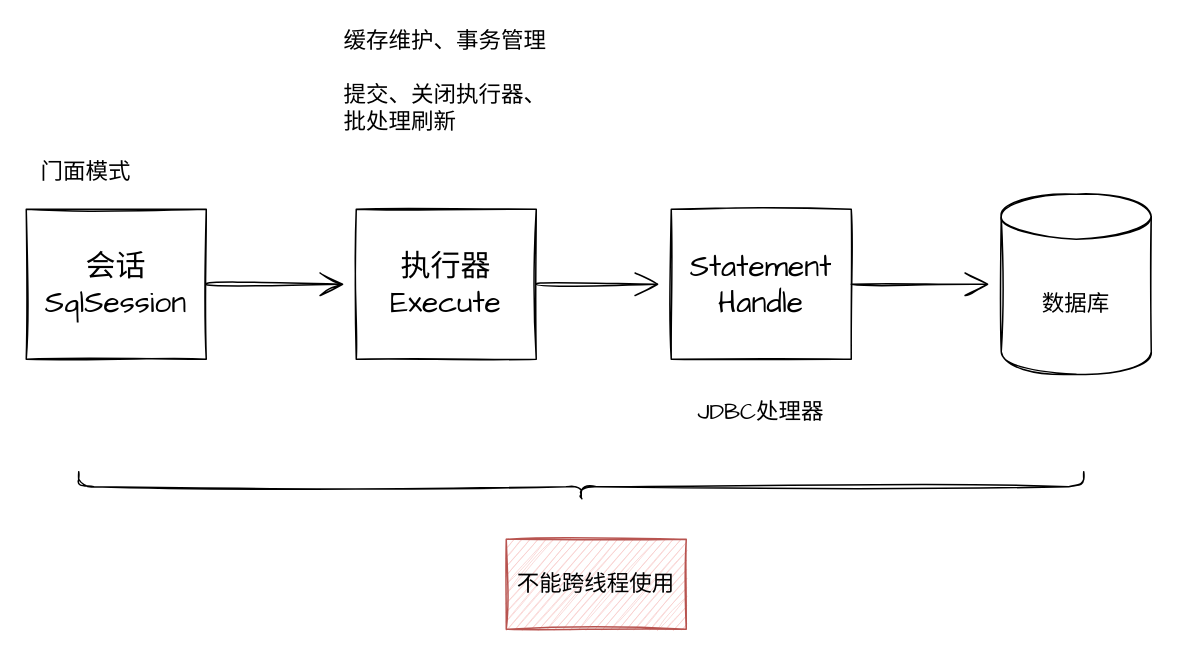
Before: page "第 6 页" (6 of 15) of mybatis.drawio in QirongZhang/draw.io.repo, a draw.io diagram. Source tidied: cells renumbered, new cells numbered last; positions are measured from the earlier drawing's top-left corner, leaving out a move shared by most shapes. Both pictures are drawn from the tidied source at 150%, with x=0, y=0 at pixel (26, -16).
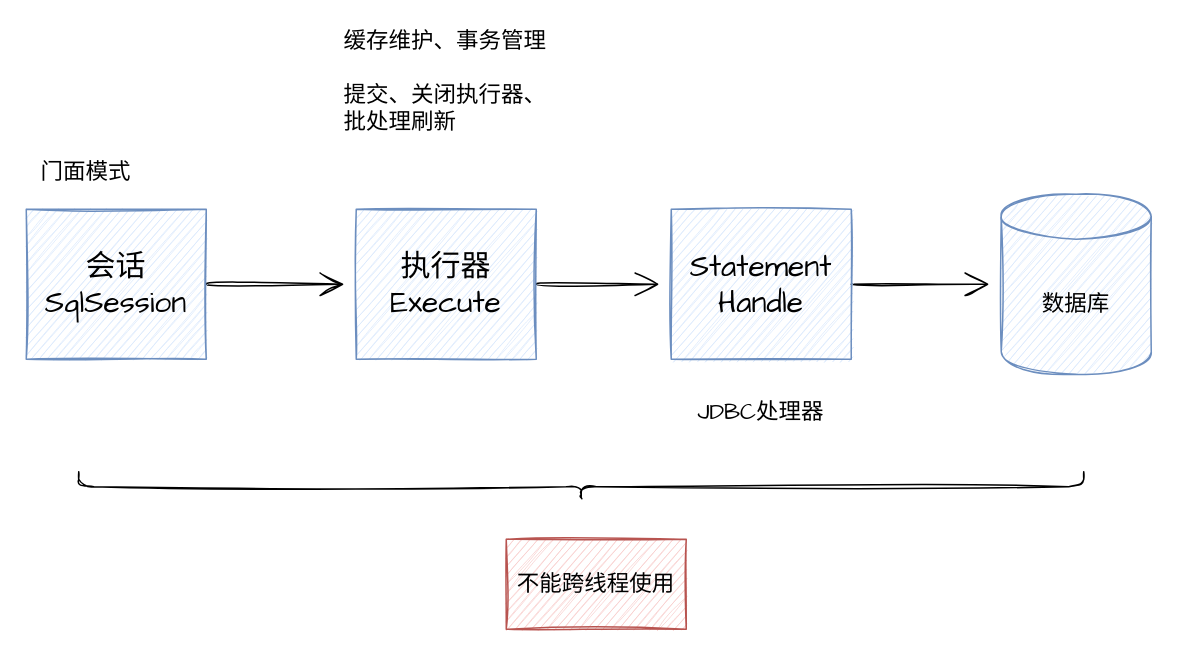
The same diagram, later.

Change to the diagram source:
```diff
@@
 <mxGraphModel>
   <root>
     <mxCell id="0" />
     <mxCell id="1" parent="0" />
     <mxCell id="2" style="edgeStyle=orthogonalEdgeStyle;curved=1;rounded=0;sketch=1;hachureGap=4;jettySize=auto;html=1;exitX=1;exitY=0.5;exitDx=0;exitDy=0;fontFamily=Architects Daughter;fontSize=16;endArrow=open;startSize=14;endSize=14;sourcePerimeterSpacing=8;targetPerimeterSpacing=8;" parent="1" edge="1" source="3" target="5">
       <mxGeometry relative="1" as="geometry" />
     </mxCell>
-    <mxCell id="3" value="会话&lt;br&gt;SqlSession" style="rounded=0;whiteSpace=wrap;html=1;sketch=1;hachureGap=4;fontFamily=Architects Daughter;fontSize=20;" parent="1" vertex="1">
+    <mxCell id="3" value="会话&lt;br&gt;SqlSession" style="rounded=0;whiteSpace=wrap;html=1;sketch=1;hachureGap=4;fontFamily=Architects Daughter;fontSize=20;fillColor=#dae8fc;strokeColor=#6c8ebf;" parent="1" vertex="1">
       <mxGeometry y="150" width="120" height="100" as="geometry" />
     </mxCell>
     <mxCell id="4" style="edgeStyle=orthogonalEdgeStyle;curved=1;rounded=0;sketch=1;hachureGap=4;jettySize=auto;html=1;exitX=1;exitY=0.5;exitDx=0;exitDy=0;fontFamily=Architects Daughter;fontSize=16;endArrow=open;startSize=14;endSize=14;sourcePerimeterSpacing=8;targetPerimeterSpacing=8;" parent="1" edge="1" source="5" target="7">
       <mxGeometry relative="1" as="geometry" />
     </mxCell>
-    <mxCell id="5" value="执行器&lt;br&gt;Execute" style="rounded=0;whiteSpace=wrap;html=1;sketch=1;hachureGap=4;fontFamily=Architects Daughter;fontSize=20;" parent="1" vertex="1">
+    <mxCell id="5" value="执行器&lt;br&gt;Execute" style="rounded=0;whiteSpace=wrap;html=1;sketch=1;hachureGap=4;fontFamily=Architects Daughter;fontSize=20;fillColor=#dae8fc;strokeColor=#6c8ebf;" parent="1" vertex="1">
       <mxGeometry x="220" y="150" width="120" height="100" as="geometry" />
     </mxCell>
     <mxCell id="6" style="edgeStyle=orthogonalEdgeStyle;rounded=0;sketch=1;hachureGap=4;jettySize=auto;html=1;exitX=1;exitY=0.5;exitDx=0;exitDy=0;fontFamily=Architects Daughter;fontSize=15;endArrow=open;startSize=14;endSize=14;sourcePerimeterSpacing=8;targetPerimeterSpacing=8;" parent="1" edge="1" source="7" target="8">
       <mxGeometry relative="1" as="geometry" />
     </mxCell>
-    <mxCell id="7" value="Statement Handle" style="rounded=0;whiteSpace=wrap;html=1;sketch=1;hachureGap=4;fontFamily=Architects Daughter;fontSize=20;" parent="1" vertex="1">
+    <mxCell id="7" value="Statement Handle" style="rounded=0;whiteSpace=wrap;html=1;sketch=1;hachureGap=4;fontFamily=Architects Daughter;fontSize=20;fillColor=#dae8fc;strokeColor=#6c8ebf;" parent="1" vertex="1">
       <mxGeometry x="430" y="150" width="120" height="100" as="geometry" />
     </mxCell>
-    <mxCell id="8" value="数据库" style="shape=cylinder3;whiteSpace=wrap;html=1;boundedLbl=1;backgroundOutline=1;size=15;sketch=1;hachureGap=4;fontFamily=Architects Daughter;fontSize=15;" parent="1" vertex="1">
+    <mxCell id="8" value="数据库" style="shape=cylinder3;whiteSpace=wrap;html=1;boundedLbl=1;backgroundOutline=1;size=15;sketch=1;hachureGap=4;fontFamily=Architects Daughter;fontSize=15;fillColor=#dae8fc;strokeColor=#6c8ebf;" parent="1" vertex="1">
       <mxGeometry x="650" y="140" width="100" height="120" as="geometry" />
     </mxCell>
     <mxCell id="9" value="门面模式" style="text;html=1;strokeColor=none;fillColor=none;align=center;verticalAlign=middle;whiteSpace=wrap;rounded=0;sketch=1;hachureGap=4;fontFamily=Architects Daughter;fontSize=15;" parent="1" vertex="1">
       <mxGeometry y="110" width="80" height="30" as="geometry" />
     </mxCell>
     <mxCell id="10" value="缓存维护、事务管理&lt;br&gt;&lt;br&gt;提交、关闭执行器、批处理刷新" style="text;html=1;strokeColor=none;fillColor=none;align=left;verticalAlign=middle;whiteSpace=wrap;rounded=0;sketch=1;hachureGap=4;fontFamily=Architects Daughter;fontSize=15;" parent="1" vertex="1">
       <mxGeometry x="210" y="50" width="140" height="30" as="geometry" />
     </mxCell>
     <mxCell id="11" value="JDBC处理器" style="text;html=1;strokeColor=none;fillColor=none;align=center;verticalAlign=middle;whiteSpace=wrap;rounded=0;sketch=1;hachureGap=4;fontFamily=Architects Daughter;fontSize=15;" parent="1" vertex="1">
       <mxGeometry x="445" y="270" width="90" height="30" as="geometry" />
     </mxCell>
     <mxCell id="12" style="shape=curlyBracket;whiteSpace=wrap;html=1;rounded=1;flipH=1;sketch=1;hachureGap=4;fontFamily=Architects Daughter;fontSize=15;rotation=90;" parent="1" vertex="1">
       <mxGeometry x="360" width="20" height="670" as="geometry" />
     </mxCell>
     <mxCell id="13" value="不能跨线程使用" style="rounded=0;whiteSpace=wrap;html=1;sketch=1;hachureGap=4;fontFamily=Architects Daughter;fontSize=15;fillColor=#f8cecc;strokeColor=#b85450;" parent="1" vertex="1">
       <mxGeometry x="320" y="370" width="120" height="60" as="geometry" />
     </mxCell>
   </root>
 </mxGraphModel>
```
